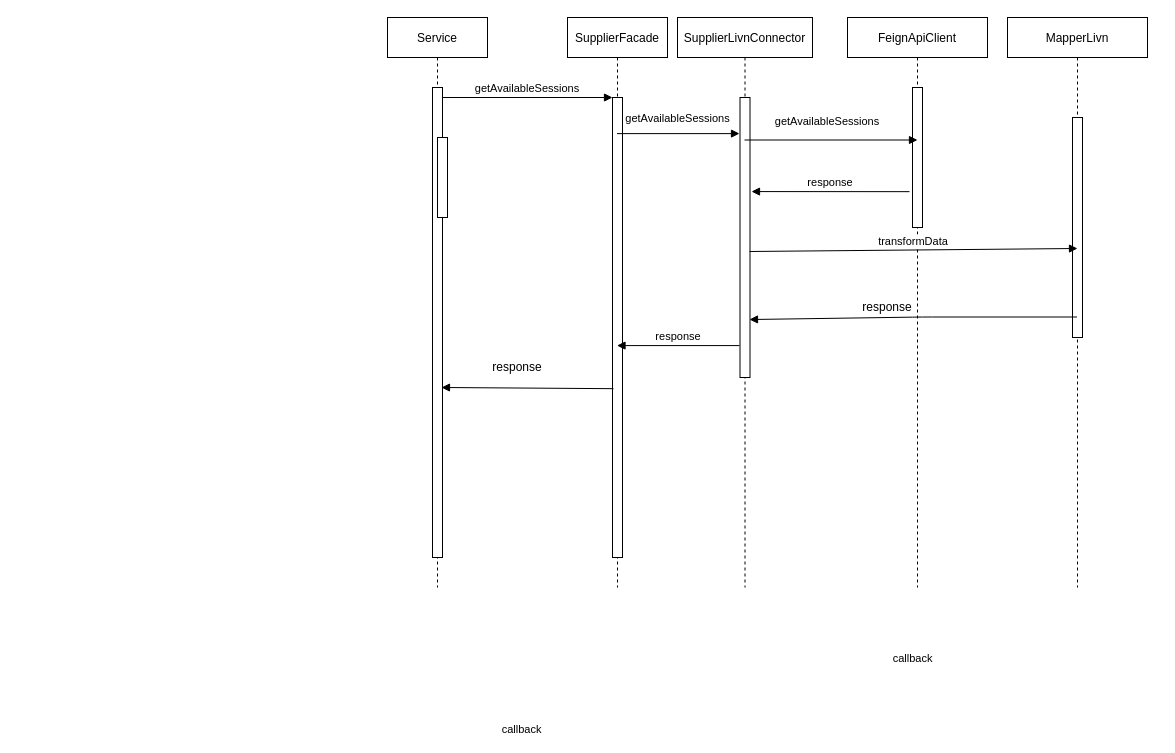
Earlier version of the draw.io diagram Untitled Diagram.drawio (gcijuentes/proyectos). Source tidied: cells renumbered, new cells numbered last; positions are measured from the earlier drawing's top-left corner, leaving out a move shared by most shapes. Both pictures are drawn from the tidied source at 100%, with x=0, y=0 at pixel (387, 17).
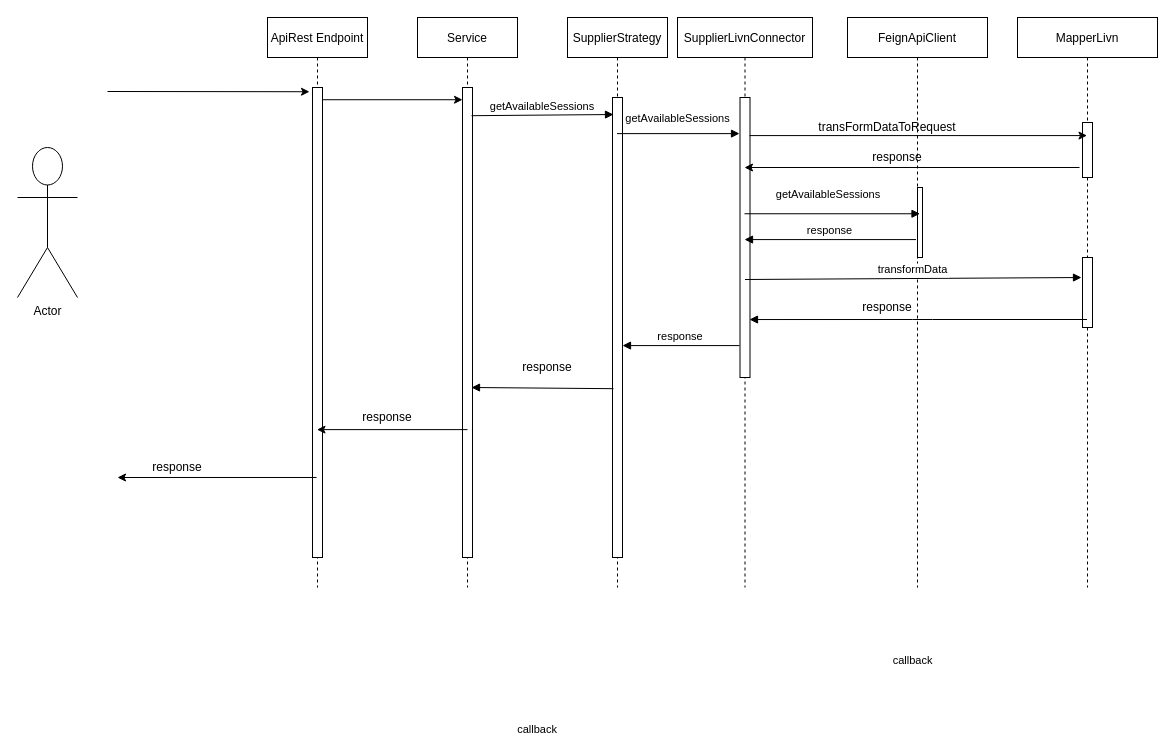
The same page after the edit.

Unchanged cells that the change refers to:
```xml
<mxCell id="3" style="points=[];perimeter=orthogonalPerimeter;rounded=0;shadow=0;strokeWidth=1;" parent="2" vertex="1">
  <mxGeometry x="45" y="70" width="10" height="470" as="geometry" />
</mxCell>
<mxCell id="6" style="points=[];perimeter=orthogonalPerimeter;rounded=0;shadow=0;strokeWidth=1;" parent="5" vertex="1">
  <mxGeometry x="45" y="80" width="10" height="460" as="geometry" />
</mxCell>
<mxCell id="9" value="SupplierLivnConnector" style="shape=umlLifeline;perimeter=lifelinePerimeter;rounded=0;shadow=0;strokeWidth=1;size=40;" parent="1" vertex="1">
  <mxGeometry x="290" width="135" height="570" as="geometry" />
</mxCell>
<mxCell id="10" style="points=[];perimeter=orthogonalPerimeter;rounded=0;shadow=0;strokeWidth=1;" parent="9" vertex="1">
  <mxGeometry x="62.5" y="80" width="10" height="280" as="geometry" />
</mxCell>
<mxCell id="13" value="FeignApiClient" style="shape=umlLifeline;perimeter=lifelinePerimeter;rounded=0;shadow=0;strokeWidth=1;" parent="1" vertex="1">
  <mxGeometry x="460" width="140" height="570" as="geometry" />
</mxCell>
```

Diff of the diagram source:
```diff
@@
     <mxCell id="2" value="Service" style="shape=umlLifeline;perimeter=lifelinePerimeter;rounded=0;shadow=0;strokeWidth=1;" parent="1" vertex="1">
-      <mxGeometry width="100" height="570" as="geometry" />
+      <mxGeometry x="30" width="100" height="570" as="geometry" />
     </mxCell>
@@
-    <mxCell id="4" style="perimeter=orthogonalPerimeter;rounded=0;shadow=0;strokeWidth=1;" parent="2" vertex="1">
-      <mxGeometry x="50" y="120" width="10" height="80" as="geometry" />
-    </mxCell>
-    <mxCell id="5" value="SupplierFacade" style="shape=umlLifeline;perimeter=lifelinePerimeter;rounded=0;shadow=0;strokeWidth=1;" parent="1" vertex="1">
+    <mxCell id="5" value="SupplierStrategy" style="shape=umlLifeline;perimeter=lifelinePerimeter;rounded=0;shadow=0;strokeWidth=1;" parent="1" vertex="1">
       <mxGeometry x="180" width="100" height="570" as="geometry" />
     </mxCell>
@@
-    <mxCell id="7" value="getAvailableSessions" style="verticalAlign=bottom;endArrow=block;entryX=0;entryY=0;shadow=0;strokeWidth=1;" parent="1" edge="1" source="3" target="6">
+    <mxCell id="7" value="getAvailableSessions" style="verticalAlign=bottom;endArrow=block;entryX=0.1;entryY=0.037;shadow=0;strokeWidth=1;exitX=0.9;exitY=0.06;exitDx=0;exitDy=0;exitPerimeter=0;entryDx=0;entryDy=0;entryPerimeter=0;" parent="1" edge="1" source="3" target="6">
       <mxGeometry relative="1" as="geometry" />
     </mxCell>
     <mxCell id="8" value="callback" style="verticalAlign=bottom;endArrow=block;shadow=0;strokeWidth=1;exitX=0.1;exitY=0.633;exitDx=0;exitDy=0;exitPerimeter=0;" parent="1" edge="1" source="6">
       <mxGeometry x="0.03" y="350" relative="1" as="geometry">
-        <mxPoint x="54" y="370" as="targetPoint" />
+        <mxPoint x="84" y="370" as="targetPoint" />
       </mxGeometry>
     </mxCell>
@@
-    <mxCell id="12" value="response" style="verticalAlign=bottom;endArrow=block;shadow=0;strokeWidth=1;exitX=-0.05;exitY=0.886;exitDx=0;exitDy=0;exitPerimeter=0;" parent="1" edge="1" source="10" target="5">
+    <mxCell id="12" value="response" style="verticalAlign=bottom;endArrow=block;shadow=0;strokeWidth=1;exitX=-0.05;exitY=0.886;exitDx=0;exitDy=0;exitPerimeter=0;" parent="1" edge="1" source="10" target="6">
       <mxGeometry relative="1" as="geometry" />
     </mxCell>
@@
     <mxCell id="14" style="points=[];perimeter=orthogonalPerimeter;rounded=0;shadow=0;strokeWidth=1;" parent="13" vertex="1">
-      <mxGeometry x="65" y="70" width="10" height="140" as="geometry" />
+      <mxGeometry x="70" y="170" width="5" height="70" as="geometry" />
     </mxCell>
@@
     <mxCell id="16" value="MapperLivn" style="shape=umlLifeline;perimeter=lifelinePerimeter;rounded=0;shadow=0;strokeWidth=1;" parent="1" vertex="1">
-      <mxGeometry x="620" width="140" height="570" as="geometry" />
+      <mxGeometry x="630" width="140" height="570" as="geometry" />
     </mxCell>
     <mxCell id="17" style="perimeter=orthogonalPerimeter;rounded=0;shadow=0;strokeWidth=1;" parent="16" vertex="1">
-      <mxGeometry x="65" y="100" width="10" height="220" as="geometry" />
+      <mxGeometry x="65" y="105" width="10" height="55" as="geometry" />
     </mxCell>
+    <mxCell id="23" style="points=[];perimeter=orthogonalPerimeter;rounded=0;shadow=0;strokeWidth=1;" parent="16" vertex="1">
+      <mxGeometry x="65" y="240" width="10" height="70" as="geometry" />
+    </mxCell>
-    <mxCell id="18" value="transformData" style="verticalAlign=bottom;endArrow=block;shadow=0;strokeWidth=1;exitX=0.95;exitY=0.55;exitDx=0;exitDy=0;exitPerimeter=0;" parent="1" edge="1" source="10">
-      <mxGeometry relative="1" as="geometry">
-        <mxPoint x="690" y="231" as="targetPoint" />
-      </mxGeometry>
+    <mxCell id="18" value="transformData" style="verticalAlign=bottom;endArrow=block;shadow=0;strokeWidth=1;exitX=0.5;exitY=0.65;exitDx=0;exitDy=0;exitPerimeter=0;entryX=-0.1;entryY=0.286;entryDx=0;entryDy=0;entryPerimeter=0;" parent="1" edge="1" source="10" target="23">
+      <mxGeometry relative="1" as="geometry" />
     </mxCell>
-    <mxCell id="19" value="response" style="verticalAlign=bottom;endArrow=block;shadow=0;strokeWidth=1;exitX=-0.3;exitY=0.744;exitDx=0;exitDy=0;exitPerimeter=0;entryX=1.15;entryY=0.336;entryDx=0;entryDy=0;entryPerimeter=0;" parent="1" edge="1" source="14" target="10">
+    <mxCell id="19" value="response" style="verticalAlign=bottom;endArrow=block;shadow=0;strokeWidth=1;exitX=-0.3;exitY=0.744;exitDx=0;exitDy=0;exitPerimeter=0;" parent="1" edge="1" source="14" target="9">
       <mxGeometry relative="1" as="geometry" />
     </mxCell>
     <mxCell id="20" value="callback" style="verticalAlign=bottom;endArrow=block;entryX=0.95;entryY=0.793;shadow=0;strokeWidth=1;entryDx=0;entryDy=0;entryPerimeter=0;" parent="1" edge="1" source="16" target="10">
       <mxGeometry x="0.03" y="350" relative="1" as="geometry">
         <Array as="points">
-          <mxPoint x="535" y="299.5" />
+          <mxPoint x="535" y="302" />
         </Array>
       </mxGeometry>
     </mxCell>
     <mxCell id="21" value="response" style="text;html=1;strokeColor=none;fillColor=none;align=center;verticalAlign=middle;whiteSpace=wrap;rounded=0;" parent="1" vertex="1">
-      <mxGeometry x="110" y="340" width="40" height="20" as="geometry" />
+      <mxGeometry x="140" y="340" width="40" height="20" as="geometry" />
     </mxCell>
@@
+    <mxCell id="24" value="ApiRest Endpoint" style="shape=umlLifeline;perimeter=lifelinePerimeter;rounded=0;shadow=0;strokeWidth=1;" parent="1" vertex="1">
+      <mxGeometry x="-120" width="100" height="570" as="geometry" />
+    </mxCell>
+    <mxCell id="25" style="points=[];perimeter=orthogonalPerimeter;rounded=0;shadow=0;strokeWidth=1;" parent="24" vertex="1">
+      <mxGeometry x="45" y="70" width="10" height="470" as="geometry" />
+    </mxCell>
+    <mxCell id="26" style="endArrow=classic;html=1;exitX=1;exitY=0.026;exitDx=0;exitDy=0;exitPerimeter=0;" parent="1" edge="1" source="25" target="3">
+      <mxGeometry relative="1" as="geometry" />
+    </mxCell>
+    <mxCell id="27" value="Actor" style="shape=umlActor;verticalLabelPosition=bottom;labelBackgroundColor=#ffffff;verticalAlign=top;html=1;" parent="1" vertex="1">
+      <mxGeometry x="-370" y="130" width="60" height="150" as="geometry" />
+    </mxCell>
+    <mxCell id="28" style="endArrow=classic;html=1;entryX=-0.3;entryY=0.009;entryDx=0;entryDy=0;entryPerimeter=0;" parent="1" edge="1" target="25">
+      <mxGeometry relative="1" as="geometry">
+        <mxPoint x="-280" y="74" as="sourcePoint" />
+      </mxGeometry>
+    </mxCell>
+    <mxCell id="29" style="endArrow=classic;html=1;exitX=0.5;exitY=0.723;exitDx=0;exitDy=0;exitPerimeter=0;" parent="1" edge="1" source="2" target="24">
+      <mxGeometry relative="1" as="geometry" />
+    </mxCell>
+    <mxCell id="30" value="response" style="text;html=1;strokeColor=none;fillColor=none;align=center;verticalAlign=middle;whiteSpace=wrap;rounded=0;" parent="1" vertex="1">
+      <mxGeometry x="-20" y="390" width="40" height="20" as="geometry" />
+    </mxCell>
+    <mxCell id="31" style="endArrow=classic;html=1;exitX=0.49;exitY=0.807;exitDx=0;exitDy=0;exitPerimeter=0;" parent="1" edge="1" source="24">
+      <mxGeometry relative="1" as="geometry">
+        <mxPoint x="-270" y="460" as="targetPoint" />
+      </mxGeometry>
+    </mxCell>
+    <mxCell id="32" value="response" style="text;html=1;strokeColor=none;fillColor=none;align=center;verticalAlign=middle;whiteSpace=wrap;rounded=0;" parent="1" vertex="1">
+      <mxGeometry x="-230" y="440" width="40" height="20" as="geometry" />
+    </mxCell>
+    <mxCell id="33" style="endArrow=classic;html=1;exitX=0.95;exitY=0.136;exitDx=0;exitDy=0;exitPerimeter=0;" parent="1" edge="1" source="10" target="16">
+      <mxGeometry relative="1" as="geometry" />
+    </mxCell>
+    <mxCell id="34" style="endArrow=classic;html=1;" parent="1" edge="1" target="9">
+      <mxGeometry relative="1" as="geometry">
+        <mxPoint x="692" y="150" as="sourcePoint" />
+      </mxGeometry>
+    </mxCell>
+    <mxCell id="35" value="transFormDataToRequest" style="text;html=1;strokeColor=none;fillColor=none;align=center;verticalAlign=middle;whiteSpace=wrap;rounded=0;" parent="1" vertex="1">
+      <mxGeometry x="480" y="100" width="40" height="20" as="geometry" />
+    </mxCell>
+    <mxCell id="36" value="response" style="text;html=1;strokeColor=none;fillColor=none;align=center;verticalAlign=middle;whiteSpace=wrap;rounded=0;" parent="1" vertex="1">
+      <mxGeometry x="490" y="130" width="40" height="20" as="geometry" />
+    </mxCell>
```
